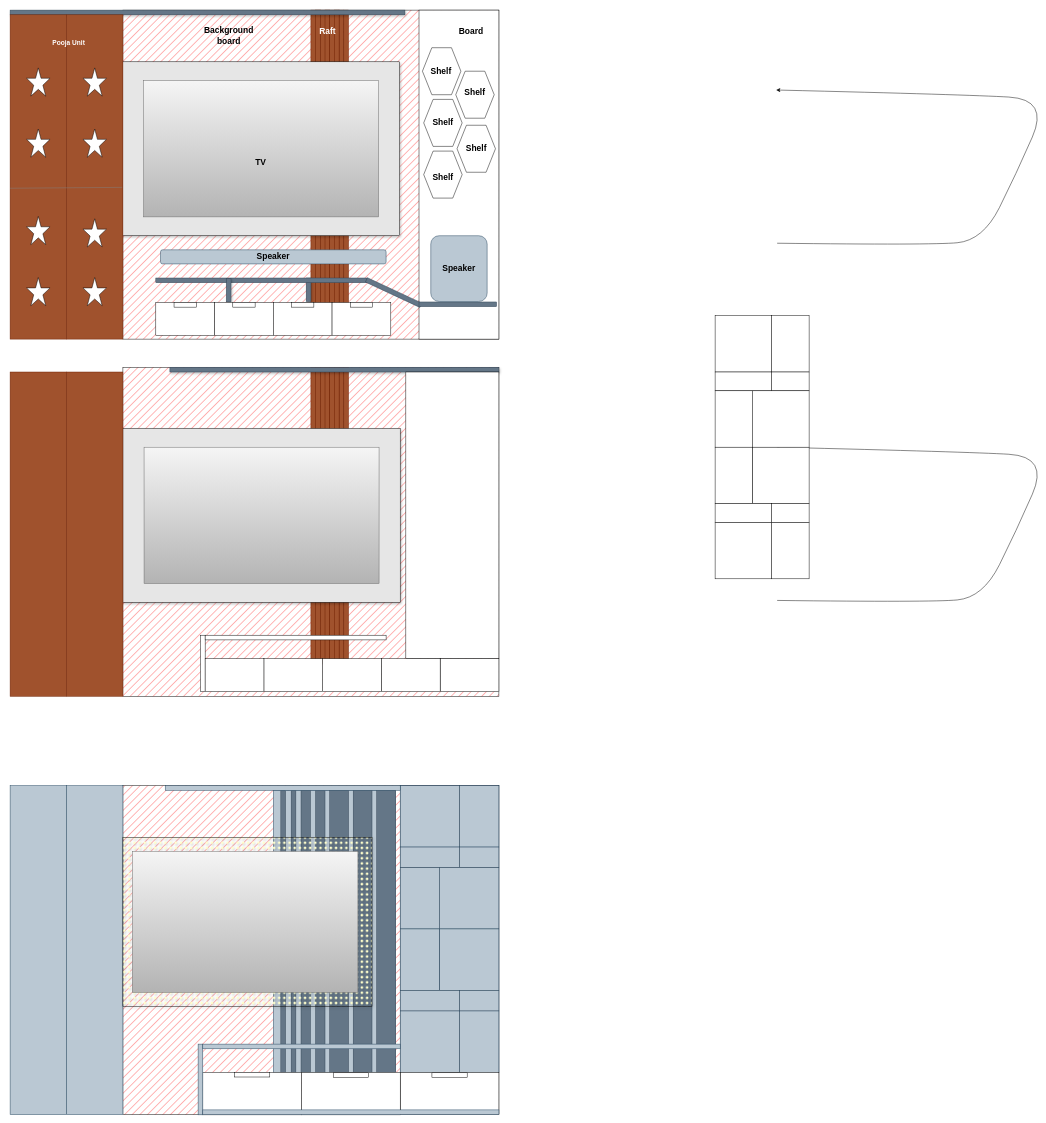
The draw.io diagram darwio tv unit.drawio in suresh-legato/Design, before the edit. Source tidied: cells renumbered, new cells numbered last; positions are measured from the earlier drawing's top-left corner, leaving out a move shared by most shapes. Both pictures are drawn from the tidied source at 47%, with x=0, y=0 at pixel (10, 10).
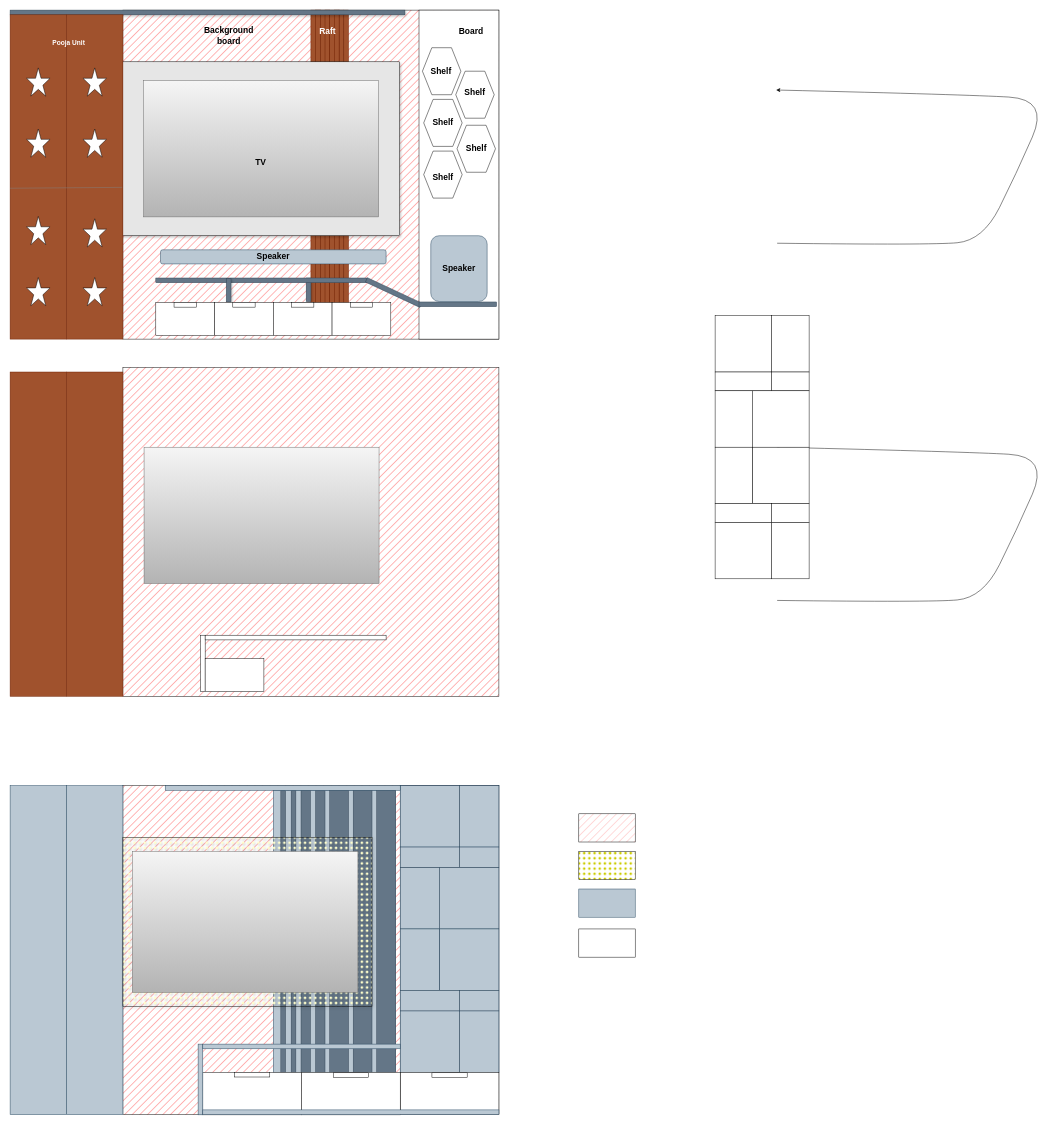
After the change.

Change to the diagram source:
```diff
@@
-    <mxCell id="43" style="group;" parent="1" vertex="1">
-      <mxGeometry x="640" y="760" width="580" height="1340" as="geometry" />
-    </mxCell>
-    <mxCell id="44" style="rounded=0;whiteSpace=wrap;html=1;fillColor=#a0522d;fontColor=#ffffff;strokeColor=#6D1F00;" parent="43" vertex="1">
-      <mxGeometry width="20" height="630" as="geometry" />
-    </mxCell>
-    <mxCell id="45" style="rounded=0;whiteSpace=wrap;html=1;fillColor=#a0522d;fontColor=#ffffff;strokeColor=#6D1F00;" parent="43" vertex="1">
-      <mxGeometry x="10" width="10" height="630" as="geometry" />
-    </mxCell>
-    <mxCell id="46" style="rounded=0;whiteSpace=wrap;html=1;fillColor=#a0522d;fontColor=#ffffff;strokeColor=#6D1F00;" parent="43" vertex="1">
-      <mxGeometry x="20" width="20" height="630" as="geometry" />
-    </mxCell>
-    <mxCell id="47" style="rounded=0;whiteSpace=wrap;html=1;fillColor=#a0522d;fontColor=#ffffff;strokeColor=#6D1F00;" parent="43" vertex="1">
-      <mxGeometry x="30" width="10" height="630" as="geometry" />
-    </mxCell>
-    <mxCell id="48" style="rounded=0;whiteSpace=wrap;html=1;fillColor=#a0522d;fontColor=#ffffff;strokeColor=#6D1F00;" parent="43" vertex="1">
-      <mxGeometry x="40" width="20" height="630" as="geometry" />
-    </mxCell>
-    <mxCell id="49" style="rounded=0;whiteSpace=wrap;html=1;fillColor=#a0522d;fontColor=#ffffff;strokeColor=#6D1F00;" parent="43" vertex="1">
-      <mxGeometry x="60" width="10" height="630" as="geometry" />
-    </mxCell>
-    <mxCell id="50" style="rounded=0;whiteSpace=wrap;html=1;fillColor=#a0522d;fontColor=#ffffff;strokeColor=#6D1F00;" parent="43" vertex="1">
-      <mxGeometry x="70" width="10" height="630" as="geometry" />
-    </mxCell>
-    <mxCell id="51" style="rounded=0;whiteSpace=wrap;html=1;fillColor=#a0522d;fontColor=#ffffff;strokeColor=#6D1F00;" parent="43" vertex="1">
-      <mxGeometry x="50" width="10" height="630" as="geometry" />
-    </mxCell>
-    <mxCell id="52" style="rounded=0;whiteSpace=wrap;html=1;glass=0;shadow=1;fillColor=#E6E6E6;" parent="43" vertex="1">
-      <mxGeometry x="-400" y="130" width="590" height="370" as="geometry" />
-    </mxCell>
-    <mxCell id="53" style="rounded=0;whiteSpace=wrap;html=1;shadow=1;glass=0;strokeColor=#314354;fontFamily=Helvetica;fontSize=12;fontColor=#ffffff;fillColor=#647687;" parent="43" vertex="1">
-      <mxGeometry x="-300" width="700" height="10" as="geometry" />
-    </mxCell>
-    <mxCell id="54" style="rounded=0;whiteSpace=wrap;html=1;" parent="43" vertex="1">
-      <mxGeometry x="202" y="10" width="198" height="610" as="geometry" />
-    </mxCell>
-    <mxCell id="55" style="group;" parent="43" vertex="1">
-      <mxGeometry x="-100" y="620" width="680" height="720" as="geometry" />
-    </mxCell>
-    <mxCell id="56" style="rounded=0;whiteSpace=wrap;html=1;" parent="55" vertex="1">
-      <mxGeometry x="375" width="125" height="70" as="geometry" />
-    </mxCell>
-    <mxCell id="57" style="rounded=0;whiteSpace=wrap;html=1;" parent="55" vertex="1">
-      <mxGeometry x="250" width="125" height="70" as="geometry" />
-    </mxCell>
-    <mxCell id="58" style="rounded=0;whiteSpace=wrap;html=1;" parent="55" vertex="1">
-      <mxGeometry x="125" width="125" height="70" as="geometry" />
-    </mxCell>
-    <mxCell id="59" style="rounded=0;whiteSpace=wrap;html=1;" parent="55" vertex="1">
-      <mxGeometry width="125" height="70" as="geometry" />
-    </mxCell>
@@
+    <mxCell id="142" style="rounded=0;whiteSpace=wrap;html=1;fillStyle=hatch;fillColor=#FF9999;" parent="1" vertex="1">
+      <mxGeometry x="1210" y="1710" width="120" height="60" as="geometry" />
+    </mxCell>
+    <mxCell id="143" style="rounded=0;whiteSpace=wrap;html=1;gradientColor=none;fillColor=#CCCC00;fillStyle=dots;" parent="1" vertex="1">
+      <mxGeometry x="1210" y="1790" width="120" height="60" as="geometry" />
+    </mxCell>
+    <mxCell id="144" style="rounded=0;whiteSpace=wrap;html=1;fillColor=#bac8d3;strokeColor=#23445d;" parent="1" vertex="1">
+      <mxGeometry x="1210" y="1870" width="120" height="60" as="geometry" />
+    </mxCell>
+    <mxCell id="145" style="rounded=0;whiteSpace=wrap;html=1;" parent="1" vertex="1">
+      <mxGeometry x="1210" y="1955" width="120" height="60" as="geometry" />
+    </mxCell>
```
